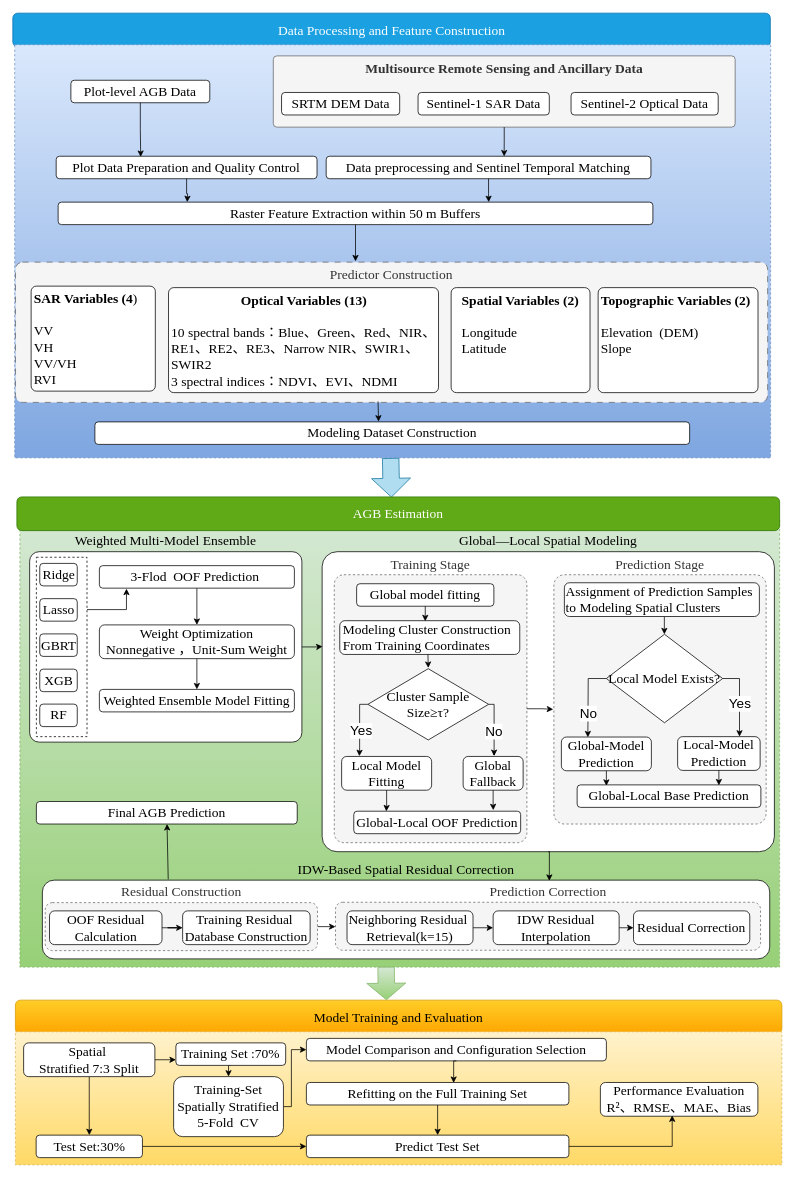
ruoxiaobai/ruo keeps this draw.io diagram as page "第 2 页" (2 of 3) of 论文英文版流程图.drawio. Above is the earlier version. Source tidied: cells renumbered, new cells numbered last; positions are measured from the earlier drawing's top-left corner, leaving out a move shared by most shapes. Both pictures are drawn from the tidied source at 75%, with x=0, y=0 at pixel (13, 13).
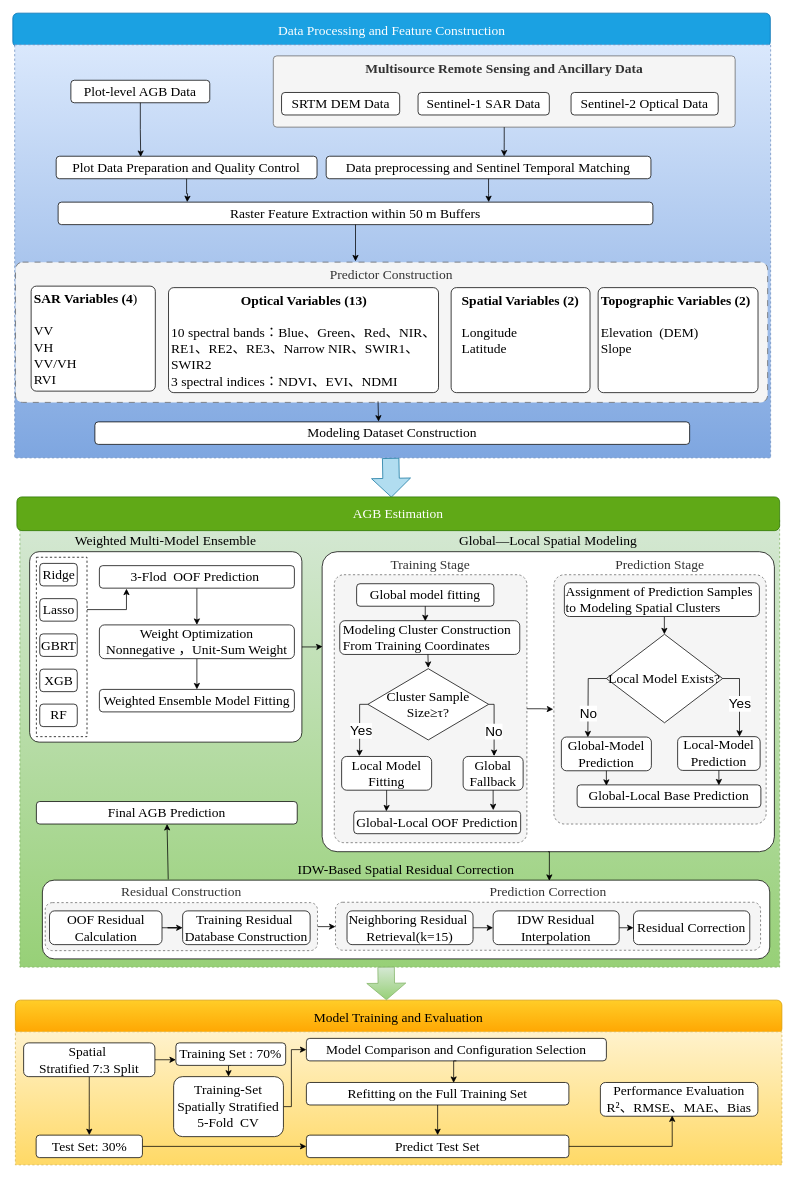
The same diagram, later.

Commit message (it also covers changes not shown here):
更新论文英文版流程图.drawio

What changed in the source:
```diff
@@
-    <mxCell id="78" value="Test Set:30%" style="rounded=1;whiteSpace=wrap;html=1;fontSize=18;fontFamily=Times New Roman;" parent="1" vertex="1">
+    <mxCell id="78" value="Test Set: 30%" style="rounded=1;whiteSpace=wrap;html=1;fontSize=18;fontFamily=Times New Roman;" parent="1" vertex="1">
       <mxGeometry x="30.7" y="1496" width="141.7" height="30" as="geometry" />
     </mxCell>
@@
-    <mxCell id="84" value="Training Set :70%" style="rounded=1;whiteSpace=wrap;html=1;fontSize=18;fontFamily=Times New Roman;" parent="1" vertex="1">
+    <mxCell id="84" value="Training Set : 70%" style="rounded=1;whiteSpace=wrap;html=1;fontSize=18;fontFamily=Times New Roman;" parent="1" vertex="1">
       <mxGeometry x="217" y="1373" width="146.4" height="30" as="geometry" />
     </mxCell>
```
